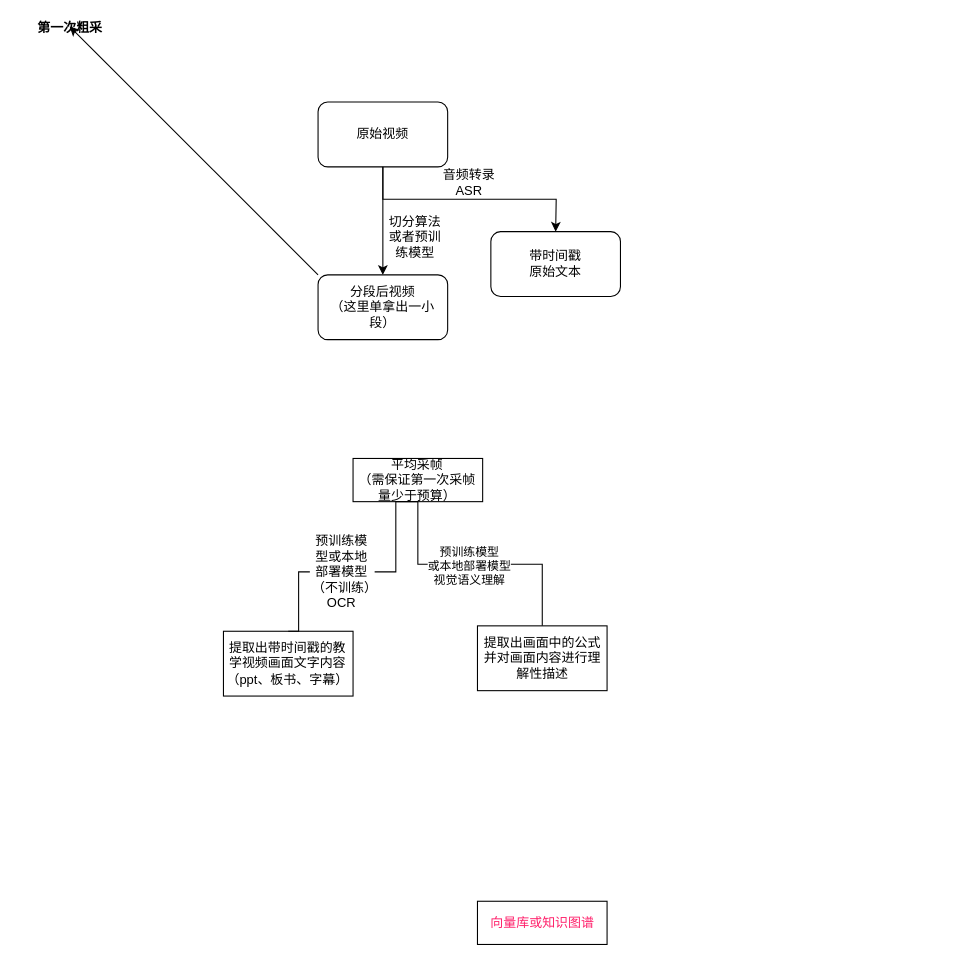
This is 研究1流程.drawio from ogafish/ogafish.github.io, a draw.io file, before an edit. Source tidied: cells renumbered, new cells numbered last; positions are measured from the earlier drawing's top-left corner, leaving out a move shared by most shapes. Both pictures are drawn from the tidied source at 108%, with x=0, y=0 at pixel (69, 26).
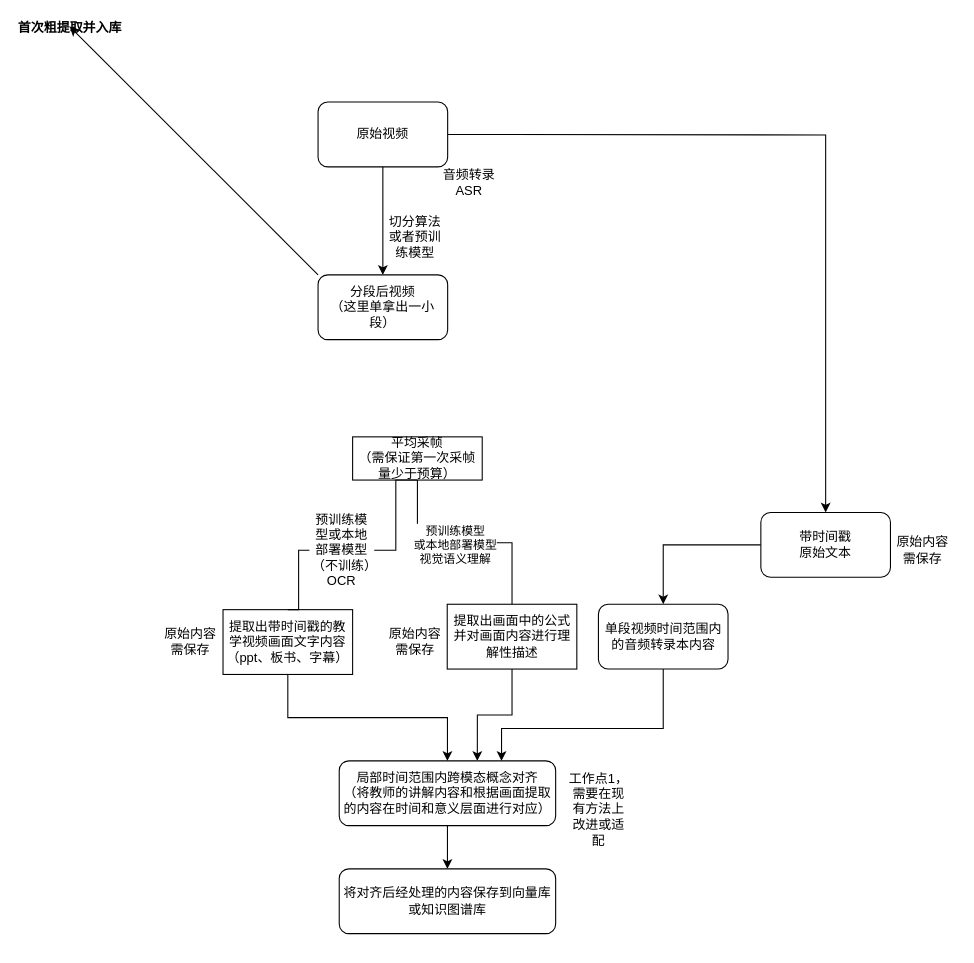
Above is the later version.

Commit message:
更新研究1流程.drawio

The change refers to these unchanged cells:
```xml
<mxCell id="3" value="原始视频" style="rounded=1;whiteSpace=wrap;html=1;roundedPerimeter=1;" parent="1" vertex="1">
  <mxGeometry x="230" y="70" width="120" height="60" as="geometry" />
</mxCell>
```

Diff of the diagram source:
```diff
@@
-    <mxCell id="7" style="endArrow=classic;html=1;rounded=0;defaultLabelBackgroundColor=page;exitX=0.5;exitY=1;exitDx=0;exitDy=0;edgeStyle=orthogonalEdgeStyle;" parent="1" edge="1" source="3">
+    <mxCell id="7" style="endArrow=classic;html=1;rounded=0;defaultLabelBackgroundColor=page;edgeStyle=orthogonalEdgeStyle;entryX=0.5;entryY=0;entryDx=0;entryDy=0;" parent="1" edge="1" target="8">
       <mxGeometry relative="1" as="geometry">
-        <mxPoint x="450" y="190" as="targetPoint" />
+        <mxPoint x="350" y="100" as="sourcePoint" />
       </mxGeometry>
     </mxCell>
+    <mxCell id="20" style="edgeStyle=orthogonalEdgeStyle;rounded=0;jettySize=auto;html=1;defaultLabelBackgroundColor=page;" parent="1" edge="1" source="8" target="25">
+      <mxGeometry relative="1" as="geometry" />
+    </mxCell>
     <mxCell id="8" value="带时间戳&lt;div&gt;原始&lt;span style=&quot;background-color: transparent; color: light-dark(#000000, var(--ge-light-color, #ffffff));&quot;&gt;文本&lt;/span&gt;&lt;/div&gt;" style="rounded=1;whiteSpace=wrap;html=1;roundedPerimeter=1;" parent="1" vertex="1">
-      <mxGeometry x="390" y="190" width="120" height="60" as="geometry" />
+      <mxGeometry x="640" y="450" width="120" height="60" as="geometry" />
     </mxCell>
@@
-    <mxCell id="10" value="第一次粗采" style="swimlane;startSize=20;horizontal=1;containerType=tree;transparentBounds=1;groupPadding=20 70 160 72;" parent="1" vertex="1">
+    <mxCell id="10" value="首次粗提取并入库" style="swimlane;startSize=20;horizontal=1;containerType=tree;transparentBounds=1;groupPadding=20 20 160 72;" parent="1" vertex="1">
       <mxGeometry as="geometry" />
     </mxCell>
     <mxCell id="11" value="平均采帧&lt;div&gt;（需保证第一次采帧量少于预算&lt;span style=&quot;background-color: transparent; color: light-dark(#000000, var(--ge-light-color, #ffffff));&quot;&gt;）&lt;/span&gt;&lt;/div&gt;" style="whiteSpace=wrap;html=1;newEdgeStyle={&quot;edgeStyle&quot;:&quot;elbowEdgeStyle&quot;,&quot;startArrow&quot;:&quot;none&quot;,&quot;endArrow&quot;:&quot;none&quot;};" parent="10" vertex="1">
-      <mxGeometry x="262.4" y="400" width="120" height="40" as="geometry" />
+      <mxGeometry x="262" y="380" width="120" height="40" as="geometry" />
     </mxCell>
-    <mxCell id="12" value="向量库或知识图谱" style="whiteSpace=wrap;html=1;newEdgeStyle={&quot;edgeStyle&quot;:&quot;elbowEdgeStyle&quot;,&quot;startArrow&quot;:&quot;none&quot;,&quot;endArrow&quot;:&quot;none&quot;};fontColor=#FF1F6A;" parent="10" vertex="1">
-      <mxGeometry x="377.6" y="810" width="120" height="40" as="geometry" />
-    </mxCell>
     <mxCell id="13" value="提取出带时间戳的教学视频画面文字内容（ppt、板书、字幕）" style="whiteSpace=wrap;html=1;" parent="10" vertex="1">
-      <mxGeometry x="142.4" y="560" width="120" height="60" as="geometry" />
+      <mxGeometry x="142" y="540" width="120" height="60" as="geometry" />
     </mxCell>
@@
     <mxCell id="16" value="预训练模型或本地部署模型（不训练）OCR" style="text;html=1;whiteSpace=wrap;strokeColor=none;fillColor=none;align=center;verticalAlign=middle;rounded=0;" parent="10" vertex="1">
-      <mxGeometry x="222.4" y="490" width="60" height="30" as="geometry" />
+      <mxGeometry x="222" y="470" width="60" height="30" as="geometry" />
     </mxCell>
@@
+    <mxCell id="21" style="edgeStyle=orthogonalEdgeStyle;rounded=0;jettySize=auto;html=1;startArrow=none;endArrow=classic;defaultLabelBackgroundColor=page;endFill=1;exitX=0.5;exitY=1;exitDx=0;exitDy=0;entryX=0.638;entryY=0;entryDx=0;entryDy=0;entryPerimeter=0;" parent="10" edge="1" source="19" target="22">
+      <mxGeometry x="0.01" relative="1" as="geometry" />
+    </mxCell>
     <mxCell id="19" value="提取出画面中的公式&lt;div&gt;并对画面内容进行理解性描述&lt;/div&gt;" style="whiteSpace=wrap;html=1;newEdgeStyle={&quot;edgeStyle&quot;:&quot;elbowEdgeStyle&quot;,&quot;startArrow&quot;:&quot;none&quot;,&quot;endArrow&quot;:&quot;none&quot;};" parent="10" vertex="1">
-      <mxGeometry x="377.6" y="555" width="120" height="60" as="geometry" />
+      <mxGeometry x="349.6" y="535" width="120" height="60" as="geometry" />
     </mxCell>
+    <mxCell id="22" value="局部时间范围内跨模态概念对齐&lt;div&gt;（将教师的讲解内容和根据画面提取的内容在时间和意义层面进行对应&lt;span style=&quot;background-color: transparent; color: light-dark(#000000, var(--ge-light-color, #ffffff));&quot;&gt;）&lt;/span&gt;&lt;/div&gt;" style="rounded=1;whiteSpace=wrap;html=1;" parent="10" vertex="1">
+      <mxGeometry x="249.6" y="680" width="200.4" height="60" as="geometry" />
+    </mxCell>
+    <mxCell id="23" style="edgeStyle=orthogonalEdgeStyle;rounded=0;jettySize=auto;html=1;defaultLabelBackgroundColor=page;" parent="10" edge="1" source="13" target="22">
+      <mxGeometry relative="1" as="geometry" />
+    </mxCell>
+    <mxCell id="24" style="edgeStyle=orthogonalEdgeStyle;rounded=0;jettySize=auto;html=1;entryX=0.75;entryY=0;entryDx=0;entryDy=0;defaultLabelBackgroundColor=page;exitX=0.5;exitY=1;exitDx=0;exitDy=0;" parent="10" edge="1" source="25" target="22">
+      <mxGeometry x="0.64" relative="1" as="geometry">
+        <Array as="points">
+          <mxPoint x="549.6" y="650" />
+          <mxPoint x="399.9" y="650" />
+        </Array>
+      </mxGeometry>
+    </mxCell>
+    <mxCell id="25" value="单段视频时间范围内的音频转录本内容" style="rounded=1;whiteSpace=wrap;html=1;" parent="10" vertex="1">
+      <mxGeometry x="489.6" y="535" width="120" height="60" as="geometry" />
+    </mxCell>
+    <mxCell id="26" style="edgeStyle=orthogonalEdgeStyle;rounded=0;jettySize=auto;html=1;defaultLabelBackgroundColor=page;" parent="10" edge="1" source="22" target="27">
+      <mxGeometry relative="1" as="geometry" />
+    </mxCell>
+    <mxCell id="27" value="将对齐后经处理的内容保存到向量库或知识图谱库" style="rounded=1;whiteSpace=wrap;html=1;" parent="10" vertex="1">
+      <mxGeometry x="249.6" y="780" width="200.4" height="60" as="geometry" />
+    </mxCell>
+    <mxCell id="28" value="原始内容需保存" style="text;html=1;whiteSpace=wrap;strokeColor=none;fillColor=none;align=center;verticalAlign=middle;rounded=0;" parent="10" vertex="1">
+      <mxGeometry x="82" y="555" width="60" height="30" as="geometry" />
+    </mxCell>
+    <mxCell id="29" value="原始内容需保存" style="text;html=1;whiteSpace=wrap;strokeColor=none;fillColor=none;align=center;verticalAlign=middle;rounded=0;" parent="10" vertex="1">
+      <mxGeometry x="289.6" y="555" width="60" height="30" as="geometry" />
+    </mxCell>
+    <mxCell id="30" value="工作点1，需要在现有方法上改进或适配" style="text;html=1;whiteSpace=wrap;strokeColor=none;fillColor=none;align=center;verticalAlign=middle;rounded=0;" parent="10" vertex="1">
+      <mxGeometry x="460" y="710" width="60" height="30" as="geometry" />
+    </mxCell>
+    <mxCell id="31" value="原始内容需保存" style="text;html=1;whiteSpace=wrap;strokeColor=none;fillColor=none;align=center;verticalAlign=middle;rounded=0;" parent="1" vertex="1">
+      <mxGeometry x="760" y="470" width="60" height="30" as="geometry" />
+    </mxCell>
```
